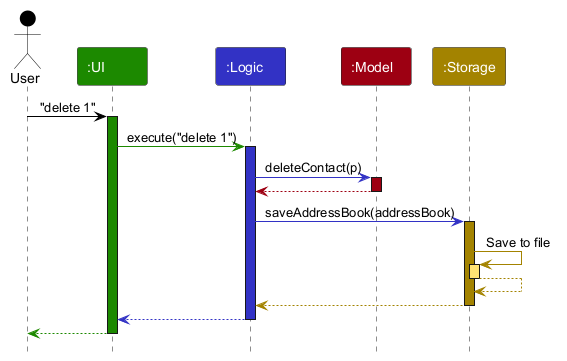
AY2627S1-CS2103T-T13-3/tp keeps this PlantUML diagram as docs/images/ArchitectureSequenceDiagram.png. Above is the earlier version. Its diagram source:
```plantuml
@startuml
!include style.puml
skinparam ArrowFontStyle plain

Actor User as user USER_COLOR
Participant ":UI" as ui UI_COLOR
Participant ":Logic" as logic LOGIC_COLOR
Participant ":Model" as model MODEL_COLOR
Participant ":Storage" as storage STORAGE_COLOR

user -[USER_COLOR]> ui : "delete 1"
activate ui UI_COLOR

ui -[UI_COLOR]> logic : execute("delete 1")
activate logic LOGIC_COLOR

logic -[LOGIC_COLOR]> model : deleteContact(p)
activate model MODEL_COLOR

model -[MODEL_COLOR]-> logic
deactivate model

logic -[LOGIC_COLOR]> storage : saveAddressBook(addressBook)
activate storage STORAGE_COLOR

storage -[STORAGE_COLOR]> storage : Save to file
activate storage STORAGE_COLOR_T1
storage --[STORAGE_COLOR]> storage
deactivate storage

storage --[STORAGE_COLOR]> logic
deactivate storage

logic --[LOGIC_COLOR]> ui
deactivate logic

ui--[UI_COLOR]> user
deactivate ui
@enduml
```
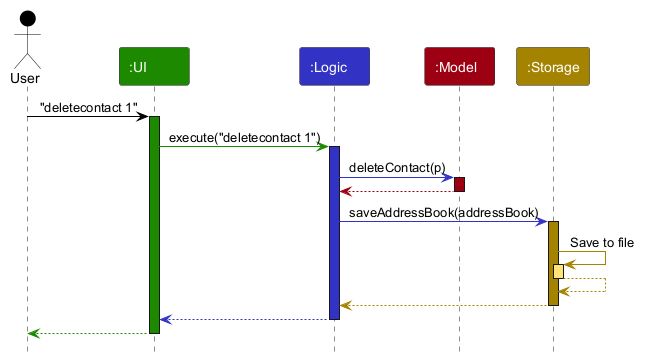
After the commit.

Diff of the diagram source:
```diff
@@ -8,10 +8,10 @@
 Participant ":Model" as model MODEL_COLOR
 Participant ":Storage" as storage STORAGE_COLOR
 
-user -[USER_COLOR]> ui : "delete 1"
+user -[USER_COLOR]> ui : "deletecontact 1"
 activate ui UI_COLOR
 
-ui -[UI_COLOR]> logic : execute("delete 1")
+ui -[UI_COLOR]> logic : execute("deletecontact 1")
 activate logic LOGIC_COLOR
 
 logic -[LOGIC_COLOR]> model : deleteContact(p)
```
